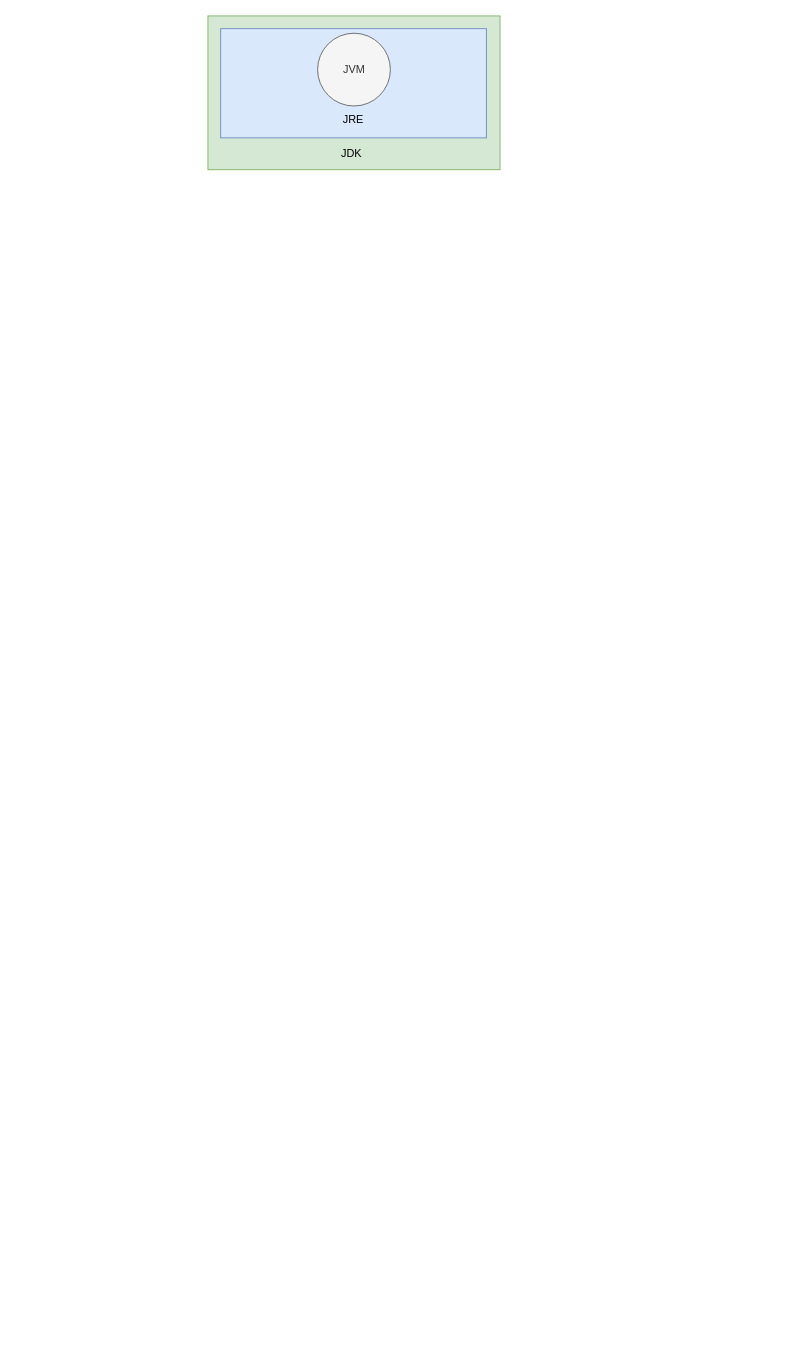
Above: page "JVM" (5 of 17) of Untitled Diagram.drawio in itwanger/drwa.io (draw.io), before the change. Source tidied: cells renumbered, new cells numbered last; positions are measured from the earlier drawing's top-left corner, leaving out a move shared by most shapes. Both pictures are drawn from the tidied source at 91%, with x=0, y=0 at pixel (207, 15).
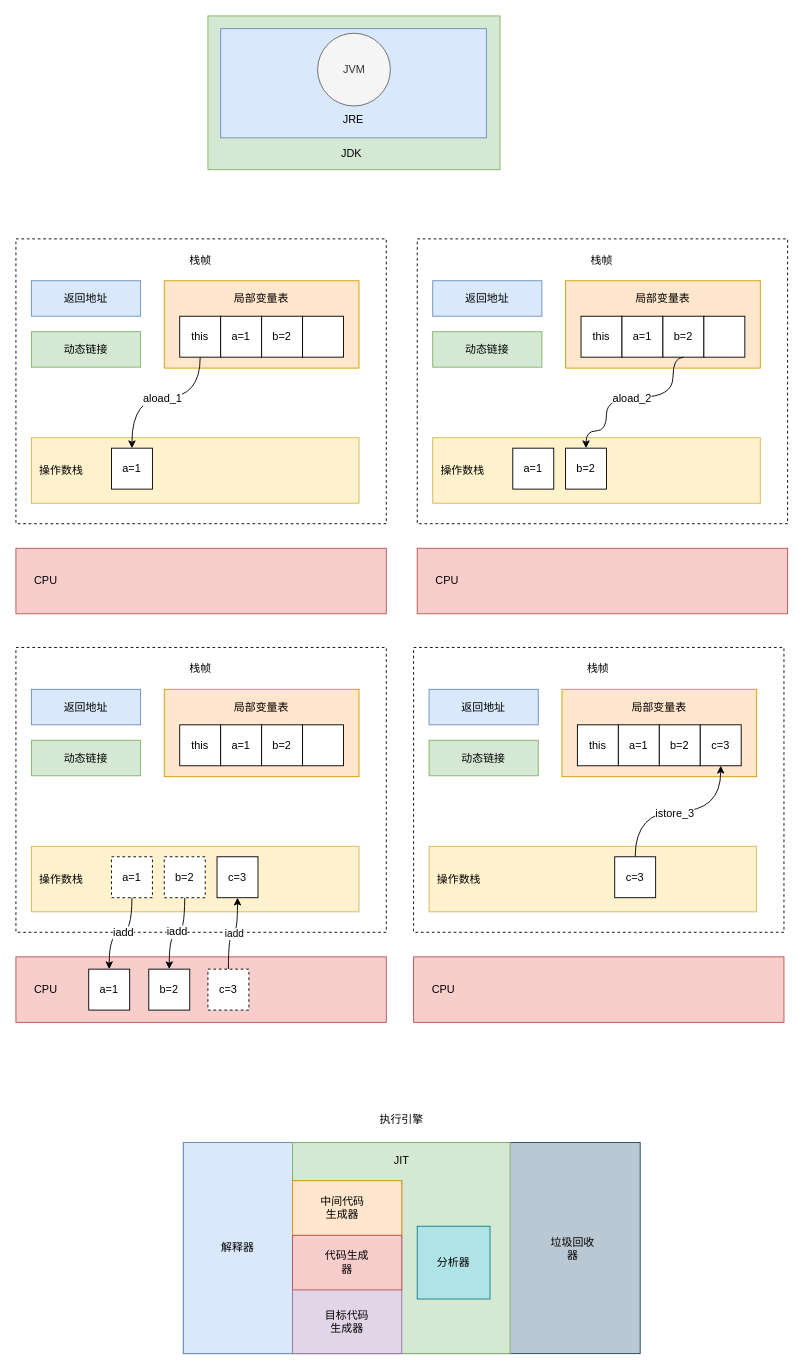
After the change.

Change to the diagram source:
```diff
@@
+    <mxCell id="7" style="rounded=0;whiteSpace=wrap;html=1;dashed=1;" parent="1" vertex="1">
+      <mxGeometry x="-211" y="245" width="407" height="313" as="geometry" />
+    </mxCell>
+    <mxCell id="8" value="返回地址" style="rounded=0;whiteSpace=wrap;html=1;fillColor=#dae8fc;strokeColor=#6c8ebf;" parent="1" vertex="1">
+      <mxGeometry x="-194" y="291" width="120" height="39" as="geometry" />
+    </mxCell>
+    <mxCell id="9" value="动态链接" style="rounded=0;whiteSpace=wrap;html=1;fillColor=#d5e8d4;strokeColor=#82b366;" parent="1" vertex="1">
+      <mxGeometry x="-194" y="347" width="120" height="39" as="geometry" />
+    </mxCell>
+    <mxCell id="10" style="rounded=0;whiteSpace=wrap;html=1;fillColor=#ffe6cc;strokeColor=#d79b00;" parent="1" vertex="1">
+      <mxGeometry x="-48" y="291" width="214" height="96" as="geometry" />
+    </mxCell>
+    <mxCell id="11" value="局部变量表" style="text;html=1;strokeColor=none;fillColor=none;align=center;verticalAlign=middle;whiteSpace=wrap;rounded=0;" parent="1" vertex="1">
+      <mxGeometry x="24" y="295.5" width="70" height="30" as="geometry" />
+    </mxCell>
+    <mxCell id="12" value="this" style="whiteSpace=wrap;html=1;" parent="1" vertex="1">
+      <mxGeometry x="-31" y="330" width="45" height="45" as="geometry" />
+    </mxCell>
+    <mxCell id="13" value="a=1" style="whiteSpace=wrap;html=1;" parent="1" vertex="1">
+      <mxGeometry x="14" y="330" width="45" height="45" as="geometry" />
+    </mxCell>
+    <mxCell id="14" value="b=2" style="whiteSpace=wrap;html=1;" parent="1" vertex="1">
+      <mxGeometry x="59" y="330" width="45" height="45" as="geometry" />
+    </mxCell>
+    <mxCell id="15" style="whiteSpace=wrap;html=1;" parent="1" vertex="1">
+      <mxGeometry x="104" y="330" width="45" height="45" as="geometry" />
+    </mxCell>
+    <mxCell id="16" style="rounded=0;whiteSpace=wrap;html=1;fillColor=#fff2cc;strokeColor=#d6b656;" parent="1" vertex="1">
+      <mxGeometry x="-194" y="463.5" width="360" height="72" as="geometry" />
+    </mxCell>
+    <mxCell id="17" value="操作数栈" style="text;html=1;strokeColor=none;fillColor=none;align=center;verticalAlign=middle;whiteSpace=wrap;rounded=0;" parent="1" vertex="1">
+      <mxGeometry x="-191" y="484.5" width="60" height="30" as="geometry" />
+    </mxCell>
+    <mxCell id="18" value="a=1" style="whiteSpace=wrap;html=1;" parent="1" vertex="1">
+      <mxGeometry x="-106" y="475" width="45" height="45" as="geometry" />
+    </mxCell>
+    <mxCell id="19" style="edgeStyle=orthogonalEdgeStyle;rounded=0;jettySize=auto;html=1;entryX=0.5;entryY=0;entryDx=0;entryDy=0;curved=1;exitX=0.5;exitY=1;exitDx=0;exitDy=0;" parent="1" edge="1" source="12" target="18">
+      <mxGeometry relative="1" as="geometry">
+        <Array as="points">
+          <mxPoint x="-8" y="419" />
+          <mxPoint x="-83" y="419" />
+        </Array>
+      </mxGeometry>
+    </mxCell>
+    <mxCell id="20" value="aload_1" style="edgeLabel;html=1;align=center;verticalAlign=middle;fontSize=12;" parent="19" vertex="1">
+      <mxGeometry x="-0.02" y="1" relative="1" as="geometry" />
+    </mxCell>
+    <mxCell id="21" value="栈帧" style="text;html=1;strokeColor=none;fillColor=none;align=center;verticalAlign=middle;whiteSpace=wrap;rounded=0;" parent="1" vertex="1">
+      <mxGeometry x="-38" y="254" width="60" height="30" as="geometry" />
+    </mxCell>
+    <mxCell id="22" style="rounded=0;whiteSpace=wrap;html=1;fillColor=#f8cecc;strokeColor=#b85450;" parent="1" vertex="1">
+      <mxGeometry x="-211" y="585" width="407" height="72" as="geometry" />
+    </mxCell>
+    <mxCell id="23" value="CPU" style="text;html=1;strokeColor=none;fillColor=none;align=center;verticalAlign=middle;whiteSpace=wrap;rounded=0;" parent="1" vertex="1">
+      <mxGeometry x="-208" y="606" width="60" height="30" as="geometry" />
+    </mxCell>
+    <mxCell id="24" style="rounded=0;whiteSpace=wrap;html=1;dashed=1;" parent="1" vertex="1">
+      <mxGeometry x="230" y="245" width="407" height="313" as="geometry" />
+    </mxCell>
+    <mxCell id="25" value="返回地址" style="rounded=0;whiteSpace=wrap;html=1;fillColor=#dae8fc;strokeColor=#6c8ebf;" parent="1" vertex="1">
+      <mxGeometry x="247" y="291" width="120" height="39" as="geometry" />
+    </mxCell>
+    <mxCell id="26" value="动态链接" style="rounded=0;whiteSpace=wrap;html=1;fillColor=#d5e8d4;strokeColor=#82b366;" parent="1" vertex="1">
+      <mxGeometry x="247" y="347" width="120" height="39" as="geometry" />
+    </mxCell>
+    <mxCell id="27" style="rounded=0;whiteSpace=wrap;html=1;fillColor=#ffe6cc;strokeColor=#d79b00;" parent="1" vertex="1">
+      <mxGeometry x="393" y="291" width="214" height="96" as="geometry" />
+    </mxCell>
+    <mxCell id="28" value="局部变量表" style="text;html=1;strokeColor=none;fillColor=none;align=center;verticalAlign=middle;whiteSpace=wrap;rounded=0;" parent="1" vertex="1">
+      <mxGeometry x="465" y="295.5" width="70" height="30" as="geometry" />
+    </mxCell>
+    <mxCell id="29" value="this" style="whiteSpace=wrap;html=1;" parent="1" vertex="1">
+      <mxGeometry x="410" y="330" width="45" height="45" as="geometry" />
+    </mxCell>
+    <mxCell id="30" value="a=1" style="whiteSpace=wrap;html=1;" parent="1" vertex="1">
+      <mxGeometry x="455" y="330" width="45" height="45" as="geometry" />
+    </mxCell>
+    <mxCell id="31" value="b=2" style="whiteSpace=wrap;html=1;" parent="1" vertex="1">
+      <mxGeometry x="500" y="330" width="45" height="45" as="geometry" />
+    </mxCell>
+    <mxCell id="32" style="whiteSpace=wrap;html=1;" parent="1" vertex="1">
+      <mxGeometry x="545" y="330" width="45" height="45" as="geometry" />
+    </mxCell>
+    <mxCell id="33" style="rounded=0;whiteSpace=wrap;html=1;fillColor=#fff2cc;strokeColor=#d6b656;" parent="1" vertex="1">
+      <mxGeometry x="247" y="463.5" width="360" height="72" as="geometry" />
+    </mxCell>
+    <mxCell id="34" value="操作数栈" style="text;html=1;strokeColor=none;fillColor=none;align=center;verticalAlign=middle;whiteSpace=wrap;rounded=0;" parent="1" vertex="1">
+      <mxGeometry x="250" y="484.5" width="60" height="30" as="geometry" />
+    </mxCell>
+    <mxCell id="35" value="a=1" style="whiteSpace=wrap;html=1;" parent="1" vertex="1">
+      <mxGeometry x="335" y="475" width="45" height="45" as="geometry" />
+    </mxCell>
+    <mxCell id="36" style="edgeStyle=orthogonalEdgeStyle;rounded=0;jettySize=auto;html=1;entryX=0.5;entryY=0;entryDx=0;entryDy=0;curved=1;exitX=0.5;exitY=1;exitDx=0;exitDy=0;" parent="1" edge="1" source="31" target="41">
+      <mxGeometry relative="1" as="geometry">
+        <Array as="points">
+          <mxPoint x="511" y="375" />
+          <mxPoint x="511" y="419" />
+          <mxPoint x="438" y="419" />
+          <mxPoint x="438" y="456" />
+          <mxPoint x="416" y="456" />
+        </Array>
+      </mxGeometry>
+    </mxCell>
+    <mxCell id="37" value="aload_2" style="edgeLabel;html=1;align=center;verticalAlign=middle;fontSize=12;" parent="36" vertex="1">
+      <mxGeometry x="-0.02" y="1" relative="1" as="geometry" />
+    </mxCell>
+    <mxCell id="38" value="栈帧" style="text;html=1;strokeColor=none;fillColor=none;align=center;verticalAlign=middle;whiteSpace=wrap;rounded=0;" parent="1" vertex="1">
+      <mxGeometry x="403" y="254" width="60" height="30" as="geometry" />
+    </mxCell>
+    <mxCell id="39" style="rounded=0;whiteSpace=wrap;html=1;fillColor=#f8cecc;strokeColor=#b85450;" parent="1" vertex="1">
+      <mxGeometry x="230" y="585" width="407" height="72" as="geometry" />
+    </mxCell>
+    <mxCell id="40" value="CPU" style="text;html=1;strokeColor=none;fillColor=none;align=center;verticalAlign=middle;whiteSpace=wrap;rounded=0;" parent="1" vertex="1">
+      <mxGeometry x="233" y="606" width="60" height="30" as="geometry" />
+    </mxCell>
+    <mxCell id="41" value="b=2" style="whiteSpace=wrap;html=1;" parent="1" vertex="1">
+      <mxGeometry x="393" y="475" width="45" height="45" as="geometry" />
+    </mxCell>
+    <mxCell id="42" style="rounded=0;whiteSpace=wrap;html=1;dashed=1;" parent="1" vertex="1">
+      <mxGeometry x="-211" y="694" width="407" height="313" as="geometry" />
+    </mxCell>
+    <mxCell id="43" value="返回地址" style="rounded=0;whiteSpace=wrap;html=1;fillColor=#dae8fc;strokeColor=#6c8ebf;" parent="1" vertex="1">
+      <mxGeometry x="-194" y="740" width="120" height="39" as="geometry" />
+    </mxCell>
+    <mxCell id="44" value="动态链接" style="rounded=0;whiteSpace=wrap;html=1;fillColor=#d5e8d4;strokeColor=#82b366;" parent="1" vertex="1">
+      <mxGeometry x="-194" y="796" width="120" height="39" as="geometry" />
+    </mxCell>
+    <mxCell id="45" style="rounded=0;whiteSpace=wrap;html=1;fillColor=#ffe6cc;strokeColor=#d79b00;" parent="1" vertex="1">
+      <mxGeometry x="-48" y="740" width="214" height="96" as="geometry" />
+    </mxCell>
+    <mxCell id="46" value="局部变量表" style="text;html=1;strokeColor=none;fillColor=none;align=center;verticalAlign=middle;whiteSpace=wrap;rounded=0;" parent="1" vertex="1">
+      <mxGeometry x="24" y="744.5" width="70" height="30" as="geometry" />
+    </mxCell>
+    <mxCell id="47" value="this" style="whiteSpace=wrap;html=1;" parent="1" vertex="1">
+      <mxGeometry x="-31" y="779" width="45" height="45" as="geometry" />
+    </mxCell>
+    <mxCell id="48" value="a=1" style="whiteSpace=wrap;html=1;" parent="1" vertex="1">
+      <mxGeometry x="14" y="779" width="45" height="45" as="geometry" />
+    </mxCell>
+    <mxCell id="49" value="b=2" style="whiteSpace=wrap;html=1;" parent="1" vertex="1">
+      <mxGeometry x="59" y="779" width="45" height="45" as="geometry" />
+    </mxCell>
+    <mxCell id="50" style="whiteSpace=wrap;html=1;" parent="1" vertex="1">
+      <mxGeometry x="104" y="779" width="45" height="45" as="geometry" />
+    </mxCell>
+    <mxCell id="51" style="rounded=0;whiteSpace=wrap;html=1;fillColor=#fff2cc;strokeColor=#d6b656;" parent="1" vertex="1">
+      <mxGeometry x="-194" y="912.5" width="360" height="72" as="geometry" />
+    </mxCell>
+    <mxCell id="52" value="操作数栈" style="text;html=1;strokeColor=none;fillColor=none;align=center;verticalAlign=middle;whiteSpace=wrap;rounded=0;" parent="1" vertex="1">
+      <mxGeometry x="-191" y="933.5" width="60" height="30" as="geometry" />
+    </mxCell>
+    <mxCell id="53" value="a=1" style="whiteSpace=wrap;html=1;dashed=1;" parent="1" vertex="1">
+      <mxGeometry x="-106" y="924" width="45" height="45" as="geometry" />
+    </mxCell>
+    <mxCell id="54" value="栈帧" style="text;html=1;strokeColor=none;fillColor=none;align=center;verticalAlign=middle;whiteSpace=wrap;rounded=0;" parent="1" vertex="1">
+      <mxGeometry x="-38" y="703" width="60" height="30" as="geometry" />
+    </mxCell>
+    <mxCell id="55" style="rounded=0;whiteSpace=wrap;html=1;fillColor=#f8cecc;strokeColor=#b85450;" parent="1" vertex="1">
+      <mxGeometry x="-211" y="1034" width="407" height="72" as="geometry" />
+    </mxCell>
+    <mxCell id="56" value="CPU" style="text;html=1;strokeColor=none;fillColor=none;align=center;verticalAlign=middle;whiteSpace=wrap;rounded=0;" parent="1" vertex="1">
+      <mxGeometry x="-208" y="1055" width="60" height="30" as="geometry" />
+    </mxCell>
+    <mxCell id="57" style="edgeStyle=orthogonalEdgeStyle;rounded=0;jettySize=auto;html=1;exitX=0.5;exitY=1;exitDx=0;exitDy=0;curved=1;" parent="1" edge="1" source="59" target="61">
+      <mxGeometry relative="1" as="geometry" />
+    </mxCell>
+    <mxCell id="58" value="iadd" style="edgeLabel;html=1;align=center;verticalAlign=middle;fontSize=12;" parent="57" vertex="1">
+      <mxGeometry y="-2" relative="1" as="geometry" />
+    </mxCell>
+    <mxCell id="59" value="b=2" style="whiteSpace=wrap;html=1;dashed=1;" parent="1" vertex="1">
+      <mxGeometry x="-48" y="924" width="45" height="45" as="geometry" />
+    </mxCell>
+    <mxCell id="60" value="a=1" style="whiteSpace=wrap;html=1;" parent="1" vertex="1">
+      <mxGeometry x="-131" y="1047.5" width="45" height="45" as="geometry" />
+    </mxCell>
+    <mxCell id="61" value="b=2" style="whiteSpace=wrap;html=1;" parent="1" vertex="1">
+      <mxGeometry x="-65" y="1047.5" width="45" height="45" as="geometry" />
+    </mxCell>
+    <mxCell id="62" style="edgeStyle=orthogonalEdgeStyle;rounded=0;jettySize=auto;html=1;entryX=0.5;entryY=1;entryDx=0;entryDy=0;curved=1;" parent="1" edge="1" source="64" target="65">
+      <mxGeometry relative="1" as="geometry" />
+    </mxCell>
+    <mxCell id="63" value="iadd" style="edgeLabel;html=1;align=center;verticalAlign=middle;" parent="62" vertex="1">
+      <mxGeometry x="0.01" relative="1" as="geometry" />
+    </mxCell>
+    <mxCell id="64" value="c=3" style="whiteSpace=wrap;html=1;glass=0;rounded=0;shadow=0;gradientColor=none;dashed=1;" parent="1" vertex="1">
+      <mxGeometry y="1047.5" width="45" height="45" as="geometry" />
+    </mxCell>
+    <mxCell id="65" value="c=3" style="whiteSpace=wrap;html=1;" parent="1" vertex="1">
+      <mxGeometry x="10" y="924" width="45" height="45" as="geometry" />
+    </mxCell>
+    <mxCell id="66" style="edgeStyle=orthogonalEdgeStyle;rounded=0;jettySize=auto;html=1;exitX=0.5;exitY=1;exitDx=0;exitDy=0;entryX=0.5;entryY=0;entryDx=0;entryDy=0;curved=1;" parent="1" edge="1" source="53" target="60">
+      <mxGeometry relative="1" as="geometry" />
+    </mxCell>
+    <mxCell id="67" value="iadd" style="edgeLabel;html=1;align=center;verticalAlign=middle;fontSize=12;" parent="66" vertex="1">
+      <mxGeometry x="-0.02" y="1" relative="1" as="geometry">
+        <mxPoint x="2" y="-2" as="offset" />
+      </mxGeometry>
+    </mxCell>
+    <mxCell id="68" style="rounded=0;whiteSpace=wrap;html=1;dashed=1;" parent="1" vertex="1">
+      <mxGeometry x="226" y="694" width="407" height="313" as="geometry" />
+    </mxCell>
+    <mxCell id="69" value="返回地址" style="rounded=0;whiteSpace=wrap;html=1;fillColor=#dae8fc;strokeColor=#6c8ebf;" parent="1" vertex="1">
+      <mxGeometry x="243" y="740" width="120" height="39" as="geometry" />
+    </mxCell>
+    <mxCell id="70" value="动态链接" style="rounded=0;whiteSpace=wrap;html=1;fillColor=#d5e8d4;strokeColor=#82b366;" parent="1" vertex="1">
+      <mxGeometry x="243" y="796" width="120" height="39" as="geometry" />
+    </mxCell>
+    <mxCell id="71" style="rounded=0;whiteSpace=wrap;html=1;fillColor=#ffe6cc;strokeColor=#d79b00;" parent="1" vertex="1">
+      <mxGeometry x="389" y="740" width="214" height="96" as="geometry" />
+    </mxCell>
+    <mxCell id="72" value="局部变量表" style="text;html=1;strokeColor=none;fillColor=none;align=center;verticalAlign=middle;whiteSpace=wrap;rounded=0;" parent="1" vertex="1">
+      <mxGeometry x="461" y="744.5" width="70" height="30" as="geometry" />
+    </mxCell>
+    <mxCell id="73" value="this" style="whiteSpace=wrap;html=1;" parent="1" vertex="1">
+      <mxGeometry x="406" y="779" width="45" height="45" as="geometry" />
+    </mxCell>
+    <mxCell id="74" value="a=1" style="whiteSpace=wrap;html=1;" parent="1" vertex="1">
+      <mxGeometry x="451" y="779" width="45" height="45" as="geometry" />
+    </mxCell>
+    <mxCell id="75" value="b=2" style="whiteSpace=wrap;html=1;" parent="1" vertex="1">
+      <mxGeometry x="496" y="779" width="45" height="45" as="geometry" />
+    </mxCell>
+    <mxCell id="76" value="c=3" style="whiteSpace=wrap;html=1;" parent="1" vertex="1">
+      <mxGeometry x="541" y="779" width="45" height="45" as="geometry" />
+    </mxCell>
+    <mxCell id="77" style="rounded=0;whiteSpace=wrap;html=1;fillColor=#fff2cc;strokeColor=#d6b656;" parent="1" vertex="1">
+      <mxGeometry x="243" y="912.5" width="360" height="72" as="geometry" />
+    </mxCell>
+    <mxCell id="78" value="操作数栈" style="text;html=1;strokeColor=none;fillColor=none;align=center;verticalAlign=middle;whiteSpace=wrap;rounded=0;" parent="1" vertex="1">
+      <mxGeometry x="246" y="933.5" width="60" height="30" as="geometry" />
+    </mxCell>
+    <mxCell id="79" value="栈帧" style="text;html=1;strokeColor=none;fillColor=none;align=center;verticalAlign=middle;whiteSpace=wrap;rounded=0;" parent="1" vertex="1">
+      <mxGeometry x="399" y="703" width="60" height="30" as="geometry" />
+    </mxCell>
+    <mxCell id="80" style="rounded=0;whiteSpace=wrap;html=1;fillColor=#f8cecc;strokeColor=#b85450;" parent="1" vertex="1">
+      <mxGeometry x="226" y="1034" width="407" height="72" as="geometry" />
+    </mxCell>
+    <mxCell id="81" value="CPU" style="text;html=1;strokeColor=none;fillColor=none;align=center;verticalAlign=middle;whiteSpace=wrap;rounded=0;" parent="1" vertex="1">
+      <mxGeometry x="229" y="1055" width="60" height="30" as="geometry" />
+    </mxCell>
+    <mxCell id="82" style="edgeStyle=orthogonalEdgeStyle;rounded=0;jettySize=auto;html=1;exitX=0.5;exitY=0;exitDx=0;exitDy=0;entryX=0.5;entryY=1;entryDx=0;entryDy=0;curved=1;" parent="1" edge="1" source="84" target="76">
+      <mxGeometry relative="1" as="geometry" />
+    </mxCell>
+    <mxCell id="83" value="istore_3" style="edgeLabel;html=1;align=center;verticalAlign=middle;fontSize=12;" parent="82" vertex="1">
+      <mxGeometry x="-0.05" y="-2" relative="1" as="geometry">
+        <mxPoint x="1" as="offset" />
+      </mxGeometry>
+    </mxCell>
+    <mxCell id="84" value="c=3" style="whiteSpace=wrap;html=1;" parent="1" vertex="1">
+      <mxGeometry x="447" y="924" width="45" height="45" as="geometry" />
+    </mxCell>
+    <mxCell id="85" style="rounded=0;whiteSpace=wrap;html=1;fillColor=#bac8d3;strokeColor=#23445d;" parent="1" vertex="1">
+      <mxGeometry x="-27" y="1238" width="502" height="232" as="geometry" />
+    </mxCell>
+    <mxCell id="86" value="解释器" style="rounded=0;whiteSpace=wrap;html=1;fillColor=#dae8fc;strokeColor=#6c8ebf;" parent="1" vertex="1">
+      <mxGeometry x="-27" y="1238" width="120" height="232" as="geometry" />
+    </mxCell>
+    <mxCell id="87" style="rounded=0;whiteSpace=wrap;html=1;fillColor=#d5e8d4;strokeColor=#82b366;" parent="1" vertex="1">
+      <mxGeometry x="93" y="1238" width="239" height="232" as="geometry" />
+    </mxCell>
+    <mxCell id="88" style="rounded=0;whiteSpace=wrap;html=1;fillColor=#e1d5e7;strokeColor=#9673a6;" parent="1" vertex="1">
+      <mxGeometry x="93" y="1280" width="120" height="190" as="geometry" />
+    </mxCell>
+    <mxCell id="89" style="rounded=0;whiteSpace=wrap;html=1;fillColor=#ffe6cc;strokeColor=#d79b00;" parent="1" vertex="1">
+      <mxGeometry x="93" y="1280" width="120" height="60" as="geometry" />
+    </mxCell>
+    <mxCell id="90" style="rounded=0;whiteSpace=wrap;html=1;fillColor=#f8cecc;strokeColor=#b85450;" parent="1" vertex="1">
+      <mxGeometry x="93" y="1340" width="120" height="60" as="geometry" />
+    </mxCell>
+    <mxCell id="91" value="中间代码生成器" style="text;html=1;strokeColor=none;fillColor=none;align=center;verticalAlign=middle;whiteSpace=wrap;rounded=0;" parent="1" vertex="1">
+      <mxGeometry x="118" y="1295" width="60" height="30" as="geometry" />
+    </mxCell>
+    <mxCell id="92" value="代码生成器" style="text;html=1;strokeColor=none;fillColor=none;align=center;verticalAlign=middle;whiteSpace=wrap;rounded=0;" parent="1" vertex="1">
+      <mxGeometry x="123" y="1355" width="60" height="30" as="geometry" />
+    </mxCell>
+    <mxCell id="93" value="目标代码生成器" style="text;html=1;strokeColor=none;fillColor=none;align=center;verticalAlign=middle;whiteSpace=wrap;rounded=0;" parent="1" vertex="1">
+      <mxGeometry x="123" y="1420" width="60" height="30" as="geometry" />
+    </mxCell>
+    <mxCell id="94" value="分析器" style="whiteSpace=wrap;html=1;fillColor=#b0e3e6;strokeColor=#0e8088;" parent="1" vertex="1">
+      <mxGeometry x="230" y="1330" width="80" height="80" as="geometry" />
+    </mxCell>
+    <mxCell id="95" value="JIT" style="text;html=1;strokeColor=none;fillColor=none;align=center;verticalAlign=middle;whiteSpace=wrap;rounded=0;" parent="1" vertex="1">
+      <mxGeometry x="183" y="1243" width="60" height="30" as="geometry" />
+    </mxCell>
+    <mxCell id="96" value="垃圾回收器" style="text;html=1;strokeColor=none;fillColor=none;align=center;verticalAlign=middle;whiteSpace=wrap;rounded=0;" parent="1" vertex="1">
+      <mxGeometry x="371" y="1340" width="60" height="30" as="geometry" />
+    </mxCell>
+    <mxCell id="97" value="执行引擎" style="text;html=1;strokeColor=none;fillColor=none;align=center;verticalAlign=middle;whiteSpace=wrap;rounded=0;" parent="1" vertex="1">
+      <mxGeometry x="183" y="1198" width="60" height="30" as="geometry" />
+    </mxCell>
```
